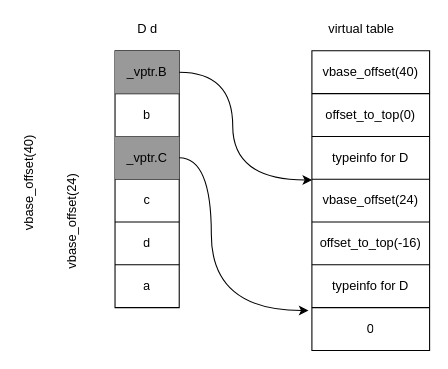
Cafory/cafory.github.io keeps this draw.io diagram as My_Assets/test.drawio. Above is the earlier version. Source tidied: cells renumbered, new cells numbered last; positions are measured from the earlier drawing's top-left corner, leaving out a move shared by most shapes. Both pictures are drawn from the tidied source at 107%, with x=0, y=0 at pixel (-25, 18).
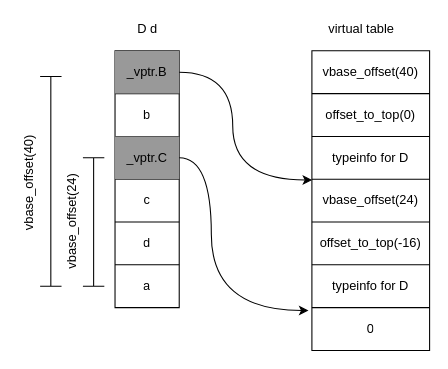
Above is the later version.

Diff of the diagram source:
```diff
@@
-    <mxCell id="32" style="shape=crossbar;whiteSpace=wrap;html=1;rounded=1;direction=south;labelBackgroundColor=none;fontColor=#000000;strokeColor=#FFFFFF;fillColor=#FFFFFF;gradientColor=none;gradientDirection=radial;" parent="1" vertex="1">
+    <mxCell id="32" style="shape=crossbar;whiteSpace=wrap;html=1;rounded=1;direction=south;labelBackgroundColor=none;fontColor=#000000;strokeColor=#000000;fillColor=#000000;gradientColor=none;gradientDirection=radial;" parent="1" vertex="1">
       <mxGeometry x="60" y="54" width="20" height="196" as="geometry" />
     </mxCell>
-    <mxCell id="33" style="shape=crossbar;whiteSpace=wrap;html=1;rounded=1;direction=south;labelBackgroundColor=none;fontColor=#000000;strokeColor=#FFFFFF;fillColor=#FFFFFF;gradientColor=none;gradientDirection=radial;" parent="1" vertex="1">
+    <mxCell id="33" style="shape=crossbar;whiteSpace=wrap;html=1;rounded=1;direction=south;labelBackgroundColor=none;fontColor=#000000;strokeColor=#000000;fillColor=#000000;gradientColor=none;gradientDirection=radial;" parent="1" vertex="1">
       <mxGeometry x="100" y="130" width="20" height="120" as="geometry" />
     </mxCell>
```
